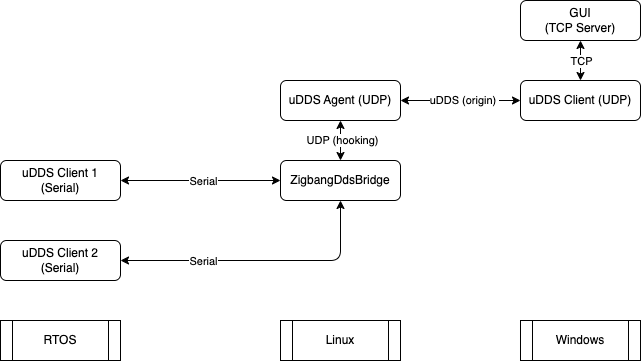
seojinwoo/Micro-XRCE-DDS-Client keeps this draw.io diagram as docs/zigbang.drawio.png. Above is the earlier version. Source tidied: cells renumbered, new cells last; positions are measured from the earlier drawing's top-left corner, leaving out a move shared by most shapes.
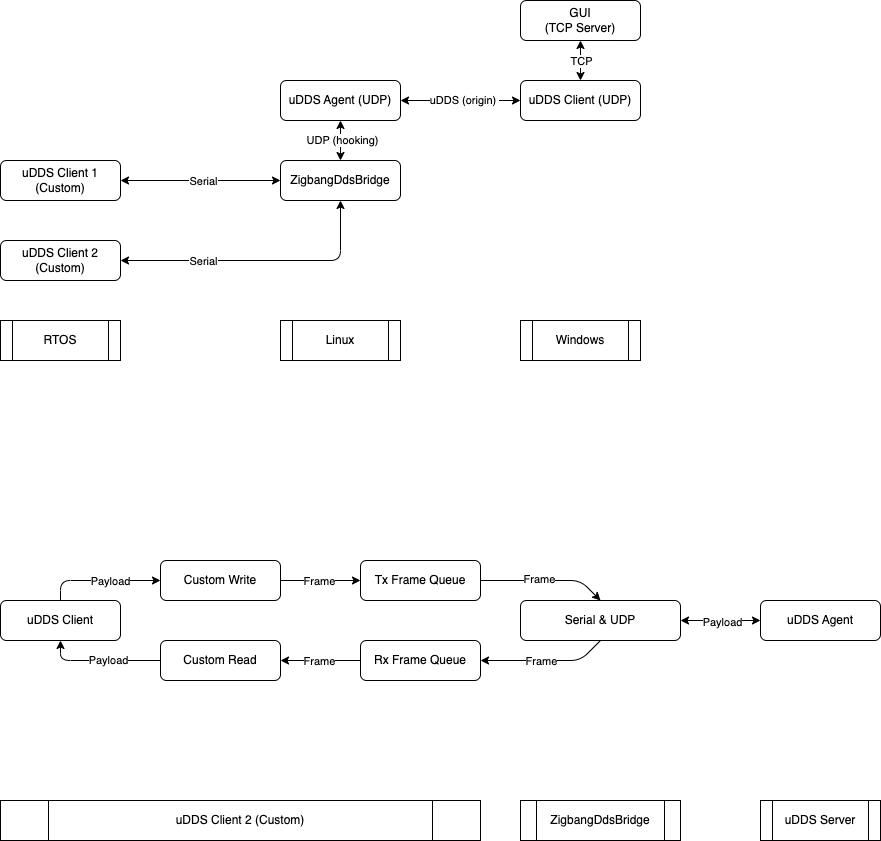
The same file after the commit.

Diff of the diagram source:
```diff
@@ -29,7 +29,7 @@
     <mxCell id="10" value="Serial" style="edgeLabel;html=1;align=center;verticalAlign=middle;" parent="9" vertex="1">
       <mxGeometry x="0.03" relative="1" as="geometry" />
     </mxCell>
-    <mxCell id="11" value="uDDS Client 1 (Serial)" style="rounded=1;whiteSpace=wrap;html=1;" parent="1" vertex="1">
+    <mxCell id="11" value="uDDS Client 1 (Custom)" style="rounded=1;whiteSpace=wrap;html=1;" parent="1" vertex="1">
       <mxGeometry y="160" width="120" height="40" as="geometry" />
     </mxCell>
     <mxCell id="12" style="edgeStyle=none;html=1;entryX=0.5;entryY=1;entryDx=0;entryDy=0;startArrow=classic;startFill=1;" parent="1" edge="1" source="14" target="8">
@@ -44,7 +44,7 @@
         <mxPoint x="-38" y="-2" as="offset" />
       </mxGeometry>
     </mxCell>
-    <mxCell id="14" value="uDDS Client 2 (Serial)" style="rounded=1;whiteSpace=wrap;html=1;" parent="1" vertex="1">
+    <mxCell id="14" value="uDDS Client 2 (Custom)" style="rounded=1;whiteSpace=wrap;html=1;" parent="1" vertex="1">
       <mxGeometry y="240" width="120" height="40" as="geometry" />
     </mxCell>
     <mxCell id="15" value="Windows" style="shape=process;whiteSpace=wrap;html=1;backgroundOutline=1;" parent="1" vertex="1">
@@ -67,5 +67,95 @@
     <mxCell id="20" value="RTOS" style="shape=process;whiteSpace=wrap;html=1;backgroundOutline=1;" parent="1" vertex="1">
       <mxGeometry y="320" width="120" height="40" as="geometry" />
     </mxCell>
+    <mxCell id="21" value="uDDS Client 2 (Custom)" style="shape=process;whiteSpace=wrap;html=1;backgroundOutline=1;" parent="1" vertex="1">
+      <mxGeometry y="800" width="480" height="40" as="geometry" />
+    </mxCell>
+    <mxCell id="22" style="edgeStyle=none;html=1;entryX=0.5;entryY=0;entryDx=0;entryDy=0;" parent="1" edge="1" source="24" target="33">
+      <mxGeometry relative="1" as="geometry">
+        <Array as="points">
+          <mxPoint x="580" y="580" />
+        </Array>
+      </mxGeometry>
+    </mxCell>
+    <mxCell id="23" value="Frame" style="edgeLabel;html=1;align=center;verticalAlign=middle;" parent="22" vertex="1">
+      <mxGeometry x="-0.09" y="2" relative="1" as="geometry" />
+    </mxCell>
+    <mxCell id="24" value="Tx Frame Queue" style="rounded=1;whiteSpace=wrap;html=1;" parent="1" vertex="1">
+      <mxGeometry x="360" y="560" width="120" height="40" as="geometry" />
+    </mxCell>
+    <mxCell id="25" style="edgeStyle=none;html=1;entryX=1;entryY=0.5;entryDx=0;entryDy=0;" parent="1" edge="1" source="27" target="42">
+      <mxGeometry relative="1" as="geometry" />
+    </mxCell>
+    <mxCell id="26" value="Frame" style="edgeLabel;html=1;align=center;verticalAlign=middle;" parent="25" vertex="1">
+      <mxGeometry x="0.05" relative="1" as="geometry" />
+    </mxCell>
+    <mxCell id="27" value="Rx Frame Queue" style="rounded=1;whiteSpace=wrap;html=1;" parent="1" vertex="1">
+      <mxGeometry x="360" y="640" width="120" height="40" as="geometry" />
+    </mxCell>
+    <mxCell id="28" value="ZigbangDdsBridge" style="shape=process;whiteSpace=wrap;html=1;backgroundOutline=1;" parent="1" vertex="1">
+      <mxGeometry x="520" y="800" width="160" height="40" as="geometry" />
+    </mxCell>
+    <mxCell id="29" style="edgeStyle=none;html=1;entryX=1;entryY=0.5;entryDx=0;entryDy=0;exitX=0.5;exitY=1;exitDx=0;exitDy=0;" parent="1" edge="1" source="33" target="27">
+      <mxGeometry relative="1" as="geometry">
+        <Array as="points">
+          <mxPoint x="580" y="660" />
+        </Array>
+      </mxGeometry>
+    </mxCell>
+    <mxCell id="30" value="Frame" style="edgeLabel;html=1;align=center;verticalAlign=middle;" parent="29" vertex="1">
+      <mxGeometry x="0.06" relative="1" as="geometry" />
+    </mxCell>
+    <mxCell id="31" style="edgeStyle=none;html=1;entryX=0;entryY=0.5;entryDx=0;entryDy=0;startArrow=classic;startFill=1;" parent="1" edge="1" source="33" target="43">
+      <mxGeometry relative="1" as="geometry" />
+    </mxCell>
+    <mxCell id="32" value="Payload" style="edgeLabel;html=1;align=center;verticalAlign=middle;" parent="31" vertex="1">
+      <mxGeometry x="0.03" y="-1" relative="1" as="geometry" />
+    </mxCell>
+    <mxCell id="33" value="Serial &amp;amp; UDP" style="rounded=1;whiteSpace=wrap;html=1;" parent="1" vertex="1">
+      <mxGeometry x="520" y="600" width="160" height="40" as="geometry" />
+    </mxCell>
+    <mxCell id="34" style="edgeStyle=none;html=1;entryX=0;entryY=0.5;entryDx=0;entryDy=0;" parent="1" edge="1" source="36" target="24">
+      <mxGeometry relative="1" as="geometry" />
+    </mxCell>
+    <mxCell id="35" value="Frame" style="edgeLabel;html=1;align=center;verticalAlign=middle;" parent="34" vertex="1">
+      <mxGeometry x="-0.05" relative="1" as="geometry" />
+    </mxCell>
+    <mxCell id="36" value="Custom Write" style="rounded=1;whiteSpace=wrap;html=1;" parent="1" vertex="1">
+      <mxGeometry x="160" y="560" width="120" height="40" as="geometry" />
+    </mxCell>
+    <mxCell id="37" style="edgeStyle=none;html=1;entryX=0;entryY=0.5;entryDx=0;entryDy=0;exitX=0.5;exitY=0;exitDx=0;exitDy=0;" parent="1" edge="1" source="39" target="36">
+      <mxGeometry relative="1" as="geometry">
+        <Array as="points">
+          <mxPoint x="60" y="580" />
+        </Array>
+      </mxGeometry>
+    </mxCell>
+    <mxCell id="38" value="Payload" style="edgeLabel;html=1;align=center;verticalAlign=middle;" parent="37" vertex="1">
+      <mxGeometry x="0.02" relative="1" as="geometry">
+        <mxPoint x="8" as="offset" />
+      </mxGeometry>
+    </mxCell>
+    <mxCell id="39" value="uDDS Client" style="rounded=1;whiteSpace=wrap;html=1;" parent="1" vertex="1">
+      <mxGeometry y="600" width="120" height="40" as="geometry" />
+    </mxCell>
+    <mxCell id="40" style="edgeStyle=none;html=1;entryX=0.5;entryY=1;entryDx=0;entryDy=0;" parent="1" edge="1" source="42" target="39">
+      <mxGeometry relative="1" as="geometry">
+        <Array as="points">
+          <mxPoint x="60" y="660" />
+        </Array>
+      </mxGeometry>
+    </mxCell>
+    <mxCell id="41" value="Payload" style="edgeLabel;html=1;align=center;verticalAlign=middle;" parent="40" vertex="1">
+      <mxGeometry x="-0.11" y="-1" relative="1" as="geometry" />
+    </mxCell>
+    <mxCell id="42" value="Custom Read" style="rounded=1;whiteSpace=wrap;html=1;" parent="1" vertex="1">
+      <mxGeometry x="160" y="640" width="120" height="40" as="geometry" />
+    </mxCell>
+    <mxCell id="43" value="uDDS Agent" style="rounded=1;whiteSpace=wrap;html=1;" parent="1" vertex="1">
+      <mxGeometry x="760" y="600" width="120" height="40" as="geometry" />
+    </mxCell>
+    <mxCell id="44" value="uDDS Server" style="shape=process;whiteSpace=wrap;html=1;backgroundOutline=1;" parent="1" vertex="1">
+      <mxGeometry x="760" y="800" width="120" height="40" as="geometry" />
+    </mxCell>
   </root>
 </mxGraphModel>
```
